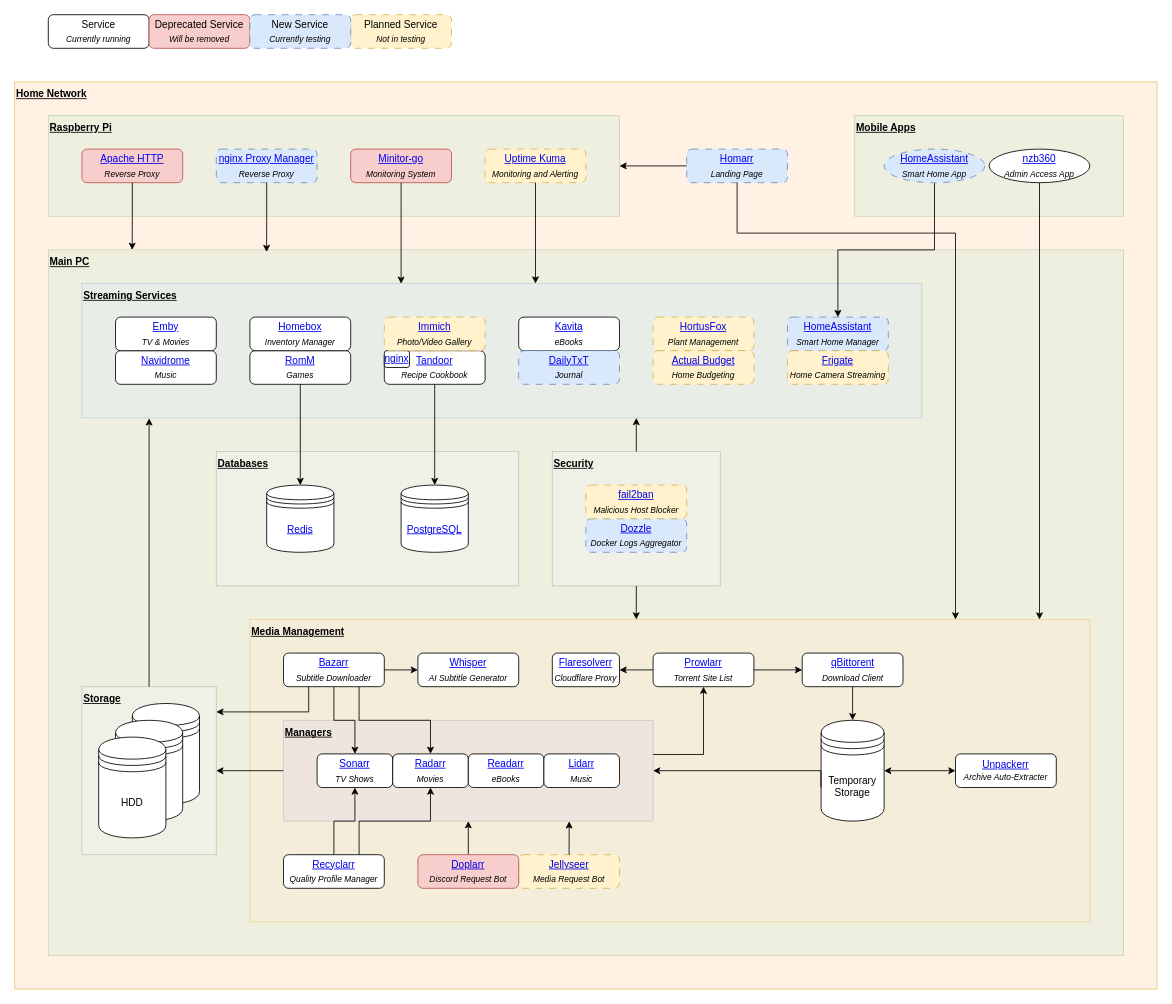
This is doc/home_theatre.drawio from zodac-personal/home_theatre, a draw.io file, before an edit. Source tidied: cells renumbered, new cells numbered last; positions are measured from the earlier drawing's top-left corner, leaving out a move shared by most shapes. Both pictures are drawn from the tidied source at 84%, with x=0, y=0 at pixel (14, 14).
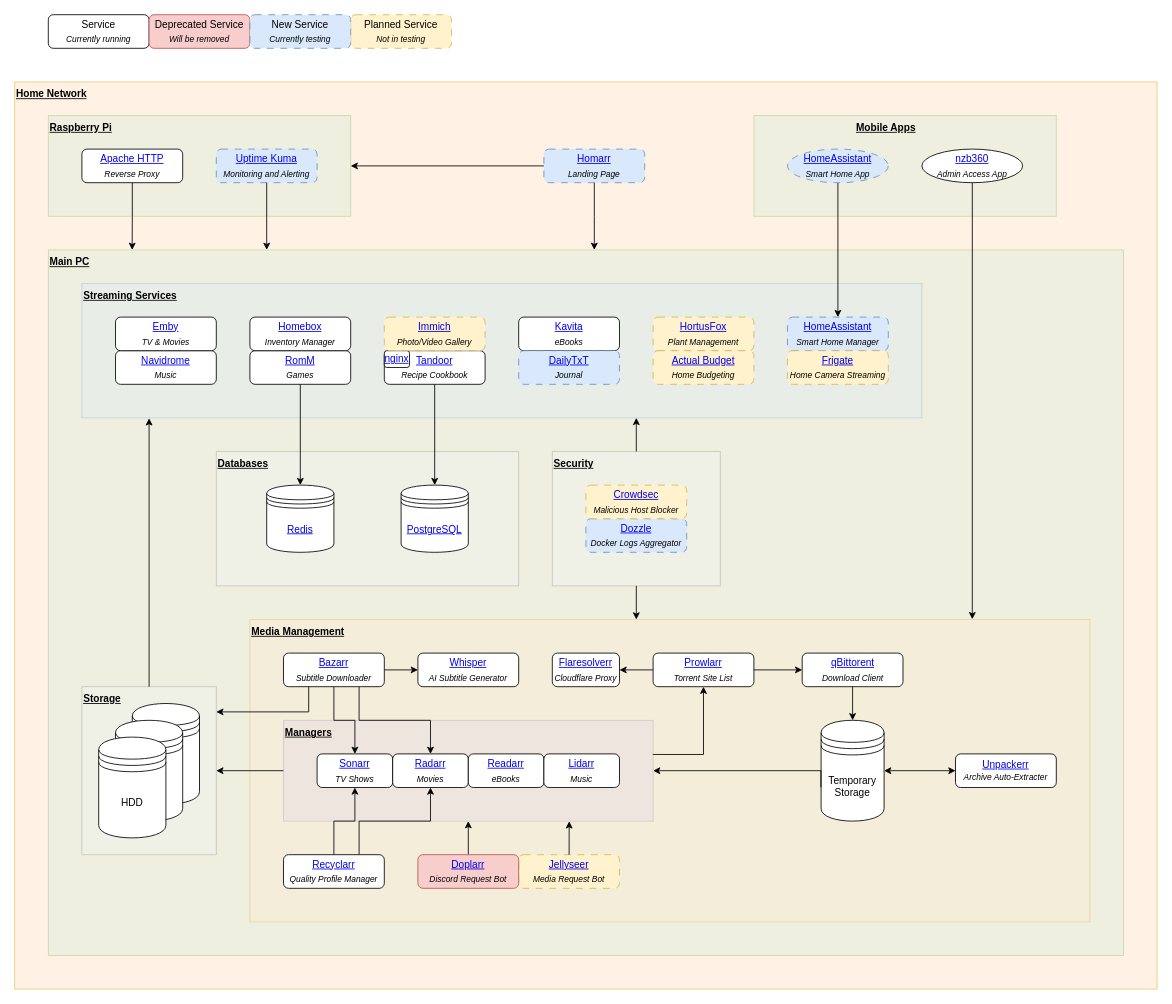
Above is the later version.

Commit message (it also covers changes not shown here):
Replacing minitor-go with uptime-kuma for monitoring and alerting

Unchanged cells that the change refers to:
```xml
<mxCell id="4" style="rounded=0;whiteSpace=wrap;html=1;fillColor=#d5e8d4;strokeColor=#82b366;opacity=40;" parent="1" vertex="1">
  <mxGeometry x="40" y="280" width="1280" height="840" as="geometry" />
</mxCell>
<mxCell id="8" style="rounded=0;whiteSpace=wrap;html=1;fillColor=#ffe6cc;strokeColor=#d79b00;opacity=30;" parent="1" vertex="1">
  <mxGeometry x="280" y="720" width="1000" height="360" as="geometry" />
</mxCell>
<mxCell id="9" style="rounded=0;whiteSpace=wrap;html=1;fillColor=#dae8fc;strokeColor=#6c8ebf;fillStyle=auto;gradientColor=none;opacity=30;glass=0;" parent="1" vertex="1">
  <mxGeometry x="80" y="320" width="1000" height="160" as="geometry" />
</mxCell>
<mxCell id="40" value="&lt;a href=&quot;https://github.com/home-assistant&quot;&gt;HomeAssistant&lt;/a&gt;&lt;br&gt;&lt;i&gt;&lt;sub&gt;Smart Home Manager&lt;/sub&gt;&lt;/i&gt;" style="rounded=1;whiteSpace=wrap;html=1;dashed=1;dashPattern=8 8;fillColor=#dae8fc;strokeColor=#6c8ebf;" parent="1" vertex="1">
  <mxGeometry x="920" y="360" width="120" height="40" as="geometry" />
</mxCell>
```

Change to the diagram source:
```diff
@@
     <mxCell id="3" style="rounded=0;whiteSpace=wrap;html=1;opacity=40;fillColor=#d5e8d4;strokeColor=#82b366;" parent="1" vertex="1">
-      <mxGeometry x="40" y="120" width="680" height="120" as="geometry" />
+      <mxGeometry x="40" y="120" width="360" height="120" as="geometry" />
     </mxCell>
@@
     <mxCell id="25" style="rounded=0;whiteSpace=wrap;html=1;opacity=40;fillColor=#d5e8d4;strokeColor=#82b366;" parent="1" vertex="1">
-      <mxGeometry x="1000" y="120" width="320" height="120" as="geometry" />
+      <mxGeometry x="880" y="120" width="360" height="120" as="geometry" />
     </mxCell>
@@
     <mxCell id="30" value="&lt;a href=&quot;https://github.com/ajnart/homarr&quot;&gt;Homarr&lt;/a&gt;&lt;br&gt;&lt;i&gt;&lt;sub&gt;Landing Page&lt;/sub&gt;&lt;/i&gt;" style="rounded=1;whiteSpace=wrap;html=1;dashed=1;dashPattern=8 8;fillColor=#dae8fc;strokeColor=#6c8ebf;" parent="1" vertex="1">
-      <mxGeometry x="800" y="160" width="120" height="40" as="geometry" />
+      <mxGeometry x="630" y="160" width="120" height="40" as="geometry" />
     </mxCell>
@@
     <mxCell id="39" value="&lt;a href=&quot;https://play.google.com/store/apps/details?id=com.kevinforeman.nzb360&quot;&gt;nzb360&lt;/a&gt;&lt;br&gt;&lt;i&gt;&lt;sub&gt;Admin Access App&lt;/sub&gt;&lt;/i&gt;" style="ellipse;whiteSpace=wrap;html=1;" parent="1" vertex="1">
-      <mxGeometry x="1160" y="160" width="120" height="40" as="geometry" />
+      <mxGeometry x="1080" y="160" width="120" height="40" as="geometry" />
     </mxCell>
@@
-    <mxCell id="43" value="&lt;a href=&quot;https://github.com/apache/httpd&quot;&gt;Apache HTTP&lt;/a&gt;&lt;br&gt;&lt;i&gt;&lt;sub&gt;Reverse Proxy&lt;/sub&gt;&lt;/i&gt;" style="rounded=1;whiteSpace=wrap;html=1;fillColor=#f8cecc;strokeColor=#b85450;" parent="1" vertex="1">
+    <mxCell id="43" value="&lt;a href=&quot;https://github.com/apache/httpd&quot;&gt;Apache HTTP&lt;/a&gt;&lt;br&gt;&lt;i&gt;&lt;sub&gt;Reverse Proxy&lt;/sub&gt;&lt;/i&gt;" style="rounded=1;whiteSpace=wrap;html=1;" parent="1" vertex="1">
       <mxGeometry x="80" y="160" width="120" height="40" as="geometry" />
     </mxCell>
@@
-    <mxCell id="57" style="edgeStyle=orthogonalEdgeStyle;rounded=0;jettySize=auto;html=1;exitX=0.5;exitY=1;exitDx=0;exitDy=0;" parent="1" edge="1" source="30" target="8">
-      <mxGeometry relative="1" as="geometry">
-        <Array as="points">
-          <mxPoint x="860" y="260" />
-          <mxPoint x="1120" y="260" />
-        </Array>
-      </mxGeometry>
-    </mxCell>
@@
-    <mxCell id="66" value="&lt;a href=&quot;https://github.com/louislam/uptime-kuma&quot;&gt;Uptime Kuma&lt;/a&gt;&lt;br&gt;&lt;i&gt;&lt;sub&gt;Monitoring and Alerting&lt;/sub&gt;&lt;/i&gt;" style="rounded=1;whiteSpace=wrap;html=1;dashed=1;dashPattern=8 8;fillColor=#fff2cc;strokeColor=#d6b656;" parent="1" vertex="1">
-      <mxGeometry x="560" y="160" width="120" height="40" as="geometry" />
+    <mxCell id="66" value="&lt;a href=&quot;https://github.com/louislam/uptime-kuma&quot;&gt;Uptime Kuma&lt;/a&gt;&lt;br&gt;&lt;i&gt;&lt;sub&gt;Monitoring and Alerting&lt;/sub&gt;&lt;/i&gt;" style="rounded=1;whiteSpace=wrap;html=1;dashed=1;dashPattern=8 8;fillColor=#dae8fc;strokeColor=#6c8ebf;" parent="1" vertex="1">
+      <mxGeometry x="240" y="160" width="120" height="40" as="geometry" />
     </mxCell>
-    <mxCell id="67" value="&lt;a href=&quot;https://github.com/IamTheFij/minitor-go&quot;&gt;Minitor-go&lt;/a&gt;&lt;br&gt;&lt;i&gt;&lt;sub&gt;Monitoring System&lt;br&gt;&lt;/sub&gt;&lt;/i&gt;" style="rounded=1;whiteSpace=wrap;html=1;fillColor=#f8cecc;strokeColor=#b85450;" parent="1" vertex="1">
-      <mxGeometry x="400" y="160" width="120" height="40" as="geometry" />
-    </mxCell>
-    <mxCell id="68" style="edgeStyle=orthogonalEdgeStyle;rounded=0;jettySize=auto;html=1;exitX=0.5;exitY=1;exitDx=0;exitDy=0;" parent="1" edge="1" source="66">
-      <mxGeometry relative="1" as="geometry">
-        <mxPoint x="620" y="320" as="targetPoint" />
-        <Array as="points">
-          <mxPoint x="620" y="320" />
-        </Array>
-      </mxGeometry>
-    </mxCell>
@@
-    <mxCell id="73" value="&lt;a href=&quot;https://github.com/fail2ban/fail2ban&quot;&gt;fail2ban&lt;/a&gt;&lt;br&gt;&lt;i&gt;&lt;sub&gt;Malicious Host Blocker&lt;/sub&gt;&lt;/i&gt;" style="rounded=1;whiteSpace=wrap;html=1;dashed=1;dashPattern=8 8;fillColor=#fff2cc;strokeColor=#d6b656;" parent="1" vertex="1">
+    <mxCell id="73" value="&lt;a href=&quot;https://github.com/crowdsecurity/crowdsec&quot;&gt;Crowdsec&lt;/a&gt;&lt;br&gt;&lt;i&gt;&lt;sub&gt;Malicious Host Blocker&lt;/sub&gt;&lt;/i&gt;" style="rounded=1;whiteSpace=wrap;html=1;dashed=1;dashPattern=8 8;fillColor=#fff2cc;strokeColor=#d6b656;" parent="1" vertex="1">
       <mxGeometry x="680" y="560" width="120" height="40" as="geometry" />
     </mxCell>
@@
-    <mxCell id="86" value="&lt;a href=&quot;https://github.com/NginxProxyManager/nginx-proxy-manager&quot;&gt;nginx Proxy Manager&lt;/a&gt;&lt;br&gt;&lt;i&gt;&lt;sub&gt;Reverse Proxy&lt;/sub&gt;&lt;/i&gt;" style="rounded=1;whiteSpace=wrap;html=1;fillColor=#dae8fc;strokeColor=#6c8ebf;dashed=1;dashPattern=8 8;" parent="1" vertex="1">
-      <mxGeometry x="240" y="160" width="120" height="40" as="geometry" />
-    </mxCell>
-    <mxCell id="87" style="edgeStyle=orthogonalEdgeStyle;rounded=0;jettySize=auto;html=1;exitX=0.5;exitY=1;exitDx=0;exitDy=0;entryX=0.203;entryY=0.003;entryDx=0;entryDy=0;entryPerimeter=0;" parent="1" edge="1" source="86" target="4">
-      <mxGeometry relative="1" as="geometry" />
-    </mxCell>
-    <mxCell id="88" style="edgeStyle=orthogonalEdgeStyle;rounded=0;jettySize=auto;html=1;exitX=0.5;exitY=1;exitDx=0;exitDy=0;entryX=0.38;entryY=0.002;entryDx=0;entryDy=0;entryPerimeter=0;" parent="1" edge="1" source="67" target="9">
-      <mxGeometry relative="1" as="geometry" />
+    <mxCell id="88" style="edgeStyle=orthogonalEdgeStyle;rounded=0;orthogonalLoop=1;jettySize=auto;html=1;exitX=0.5;exitY=1;exitDx=0;exitDy=0;" parent="1" edge="1">
+      <mxGeometry relative="1" as="geometry">
+        <mxPoint x="300" y="200" as="sourcePoint" />
+        <mxPoint x="300" y="280" as="targetPoint" />
+      </mxGeometry>
     </mxCell>
@@
     <mxCell id="90" style="edgeStyle=orthogonalEdgeStyle;rounded=0;jettySize=auto;html=1;exitX=0.5;exitY=1;exitDx=0;exitDy=0;entryX=0.5;entryY=0;entryDx=0;entryDy=0;" parent="1" edge="1" source="91" target="40">
-      <mxGeometry relative="1" as="geometry" />
+      <mxGeometry relative="1" as="geometry">
+        <Array as="points">
+          <mxPoint x="980" y="210" />
+          <mxPoint x="980" y="210" />
+        </Array>
+      </mxGeometry>
     </mxCell>
     <mxCell id="91" value="&lt;a href=&quot;https://play.google.com/store/apps/details?id=io.homeassistant.companion.android&quot;&gt;HomeAssistant&lt;/a&gt;&lt;br&gt;&lt;i&gt;&lt;sub&gt;Smart Home App&lt;/sub&gt;&lt;/i&gt;" style="ellipse;whiteSpace=wrap;html=1;dashed=1;dashPattern=8 8;fillColor=#dae8fc;strokeColor=#6c8ebf;" parent="1" vertex="1">
-      <mxGeometry x="1035" y="160" width="120" height="40" as="geometry" />
+      <mxGeometry x="920" y="160" width="120" height="40" as="geometry" />
     </mxCell>
-    <mxCell id="92" style="edgeStyle=orthogonalEdgeStyle;rounded=0;jettySize=auto;html=1;exitX=0.5;exitY=1;exitDx=0;exitDy=0;" parent="1" edge="1" source="39">
-      <mxGeometry relative="1" as="geometry">
-        <mxPoint x="1220" y="720" as="targetPoint" />
-        <Array as="points">
-          <mxPoint x="1220" y="719" />
-        </Array>
-      </mxGeometry>
+    <mxCell id="92" style="edgeStyle=orthogonalEdgeStyle;rounded=0;jettySize=auto;html=1;exitX=0.5;exitY=1;exitDx=0;exitDy=0;entryX=0.86;entryY=-0.001;entryDx=0;entryDy=0;entryPerimeter=0;" parent="1" edge="1" source="39" target="8">
+      <mxGeometry relative="1" as="geometry" />
     </mxCell>
@@
+    <mxCell id="95" style="edgeStyle=orthogonalEdgeStyle;rounded=0;jettySize=auto;html=1;exitX=0.5;exitY=1;exitDx=0;exitDy=0;" parent="1" edge="1" source="30">
+      <mxGeometry relative="1" as="geometry">
+        <mxPoint x="690" y="280" as="targetPoint" />
+      </mxGeometry>
+    </mxCell>
```
